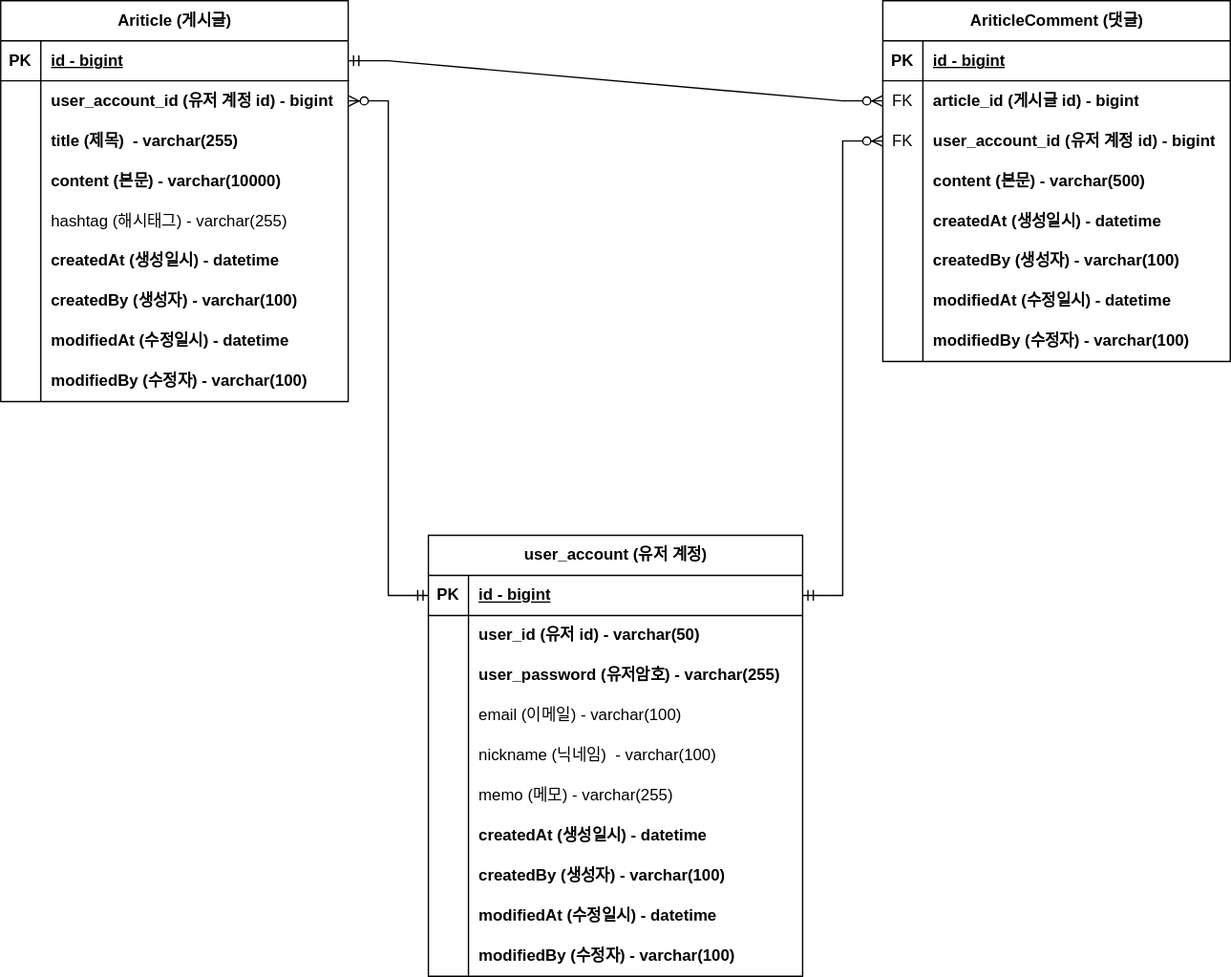
Before: project-board-erd.svg, a diagram exported from draw.io (gjehdalshh/fastcompus-project-board). Source tidied: cells renumbered, new cells last; positions are measured from the earlier drawing's top-left corner, leaving out a move shared by most shapes.
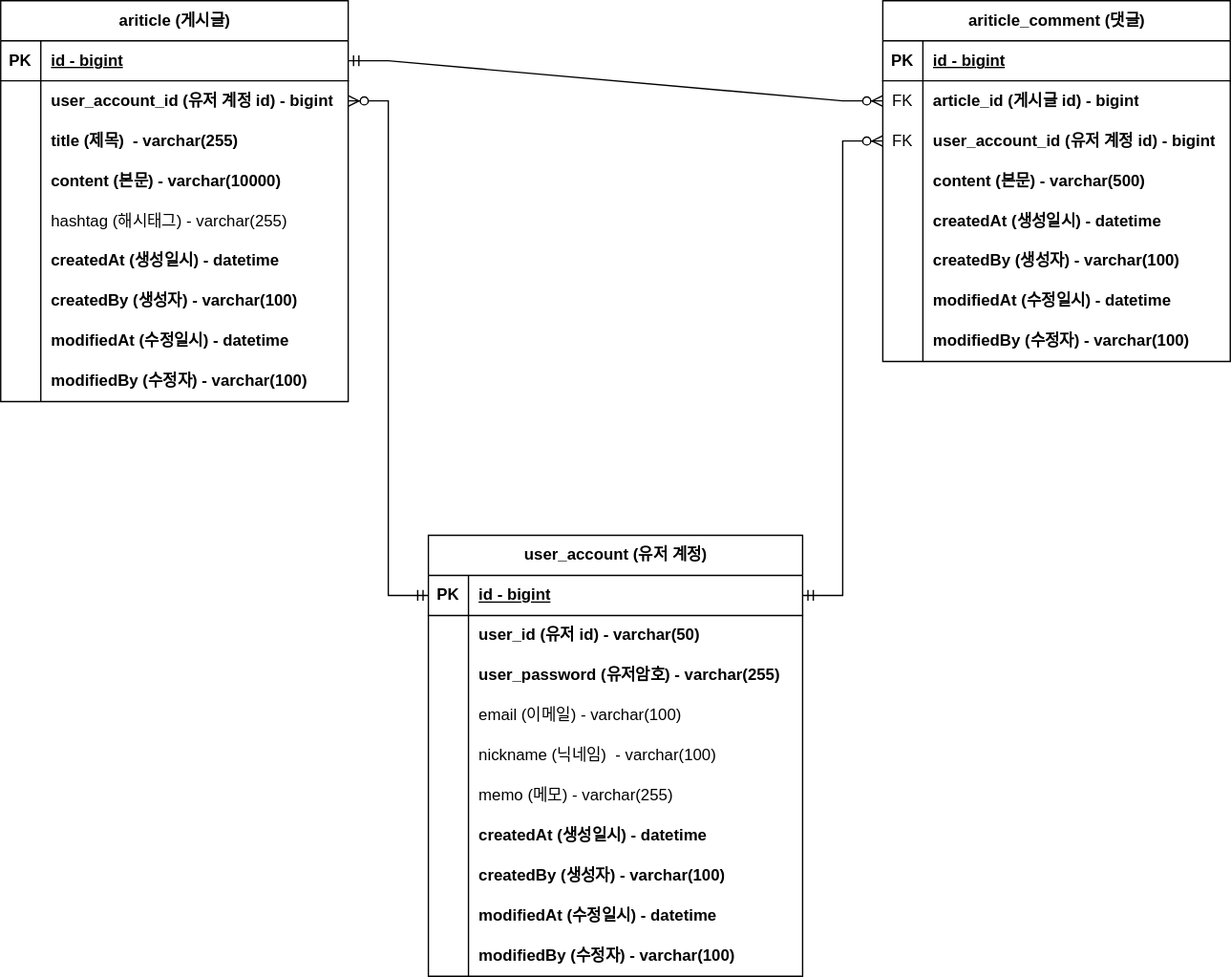
The same file after the commit.

Commit message:
테이블 네이밍 수정

The edit, as a diff of the source:
```diff
@@ -2,7 +2,7 @@
   <root>
     <mxCell id="0" />
     <mxCell id="1" parent="0" />
-    <mxCell id="2" value="Ariticle (게시글)" style="shape=table;startSize=30;rowLines=0;fontStyle=1;align=center;html=1;" parent="1" vertex="1">
+    <mxCell id="2" value="ariticle (게시글)" style="shape=table;startSize=30;rowLines=0;fontStyle=1;align=center;html=1;" parent="1" vertex="1">
       <mxGeometry width="260" height="300" as="geometry" />
     </mxCell>
     <mxCell id="3" style="shape=tableRow;horizontal=0;startSize=0;swimlaneHead=0;swimlaneBody=0;fillColor=none;points=[[0,0.5],[1,0.5]];portConstraint=eastwest;top=0;left=0;right=0;bottom=1;" parent="2" vertex="1">
@@ -86,7 +86,7 @@
     <mxCell id="29" value="modifiedBy (수정자) - varchar(100)" style="shape=partialRectangle;fillColor=none;top=0;left=0;bottom=0;right=0;align=left;spacingLeft=6;overflow=hidden;whiteSpace=wrap;html=1;fontStyle=1;" parent="27" vertex="1">
       <mxGeometry x="30" width="230" height="30" as="geometry" />
     </mxCell>
-    <mxCell id="30" value="AriticleComment (댓글)" style="shape=table;startSize=30;rowLines=0;fontStyle=1;align=center;html=1;" parent="1" vertex="1">
+    <mxCell id="30" value="ariticle_comment (댓글)" style="shape=table;startSize=30;rowLines=0;fontStyle=1;align=center;html=1;" parent="1" vertex="1">
       <mxGeometry x="660" width="260" height="270" as="geometry" />
     </mxCell>
     <mxCell id="31" style="shape=tableRow;horizontal=0;startSize=0;swimlaneHead=0;swimlaneBody=0;fillColor=none;top=0;left=0;right=0;bottom=1;" parent="30" vertex="1">
```
